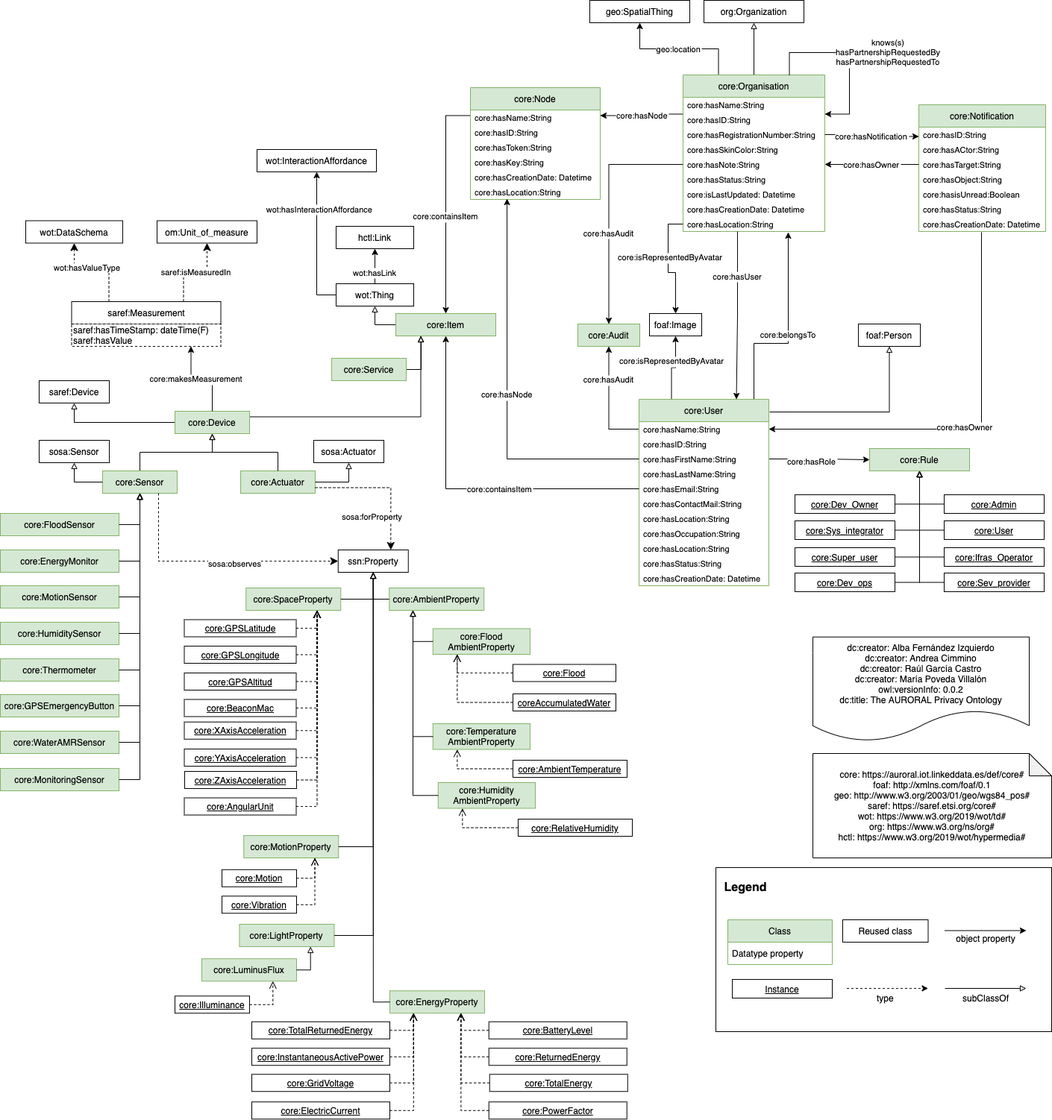
Earlier version of the draw.io export diagrams/auroral-core.png (oeg-upm/auroral-core-ontology). Source tidied: cells renumbered, new cells last; positions are measured from the earlier drawing's top-left corner, leaving out a move shared by most shapes.
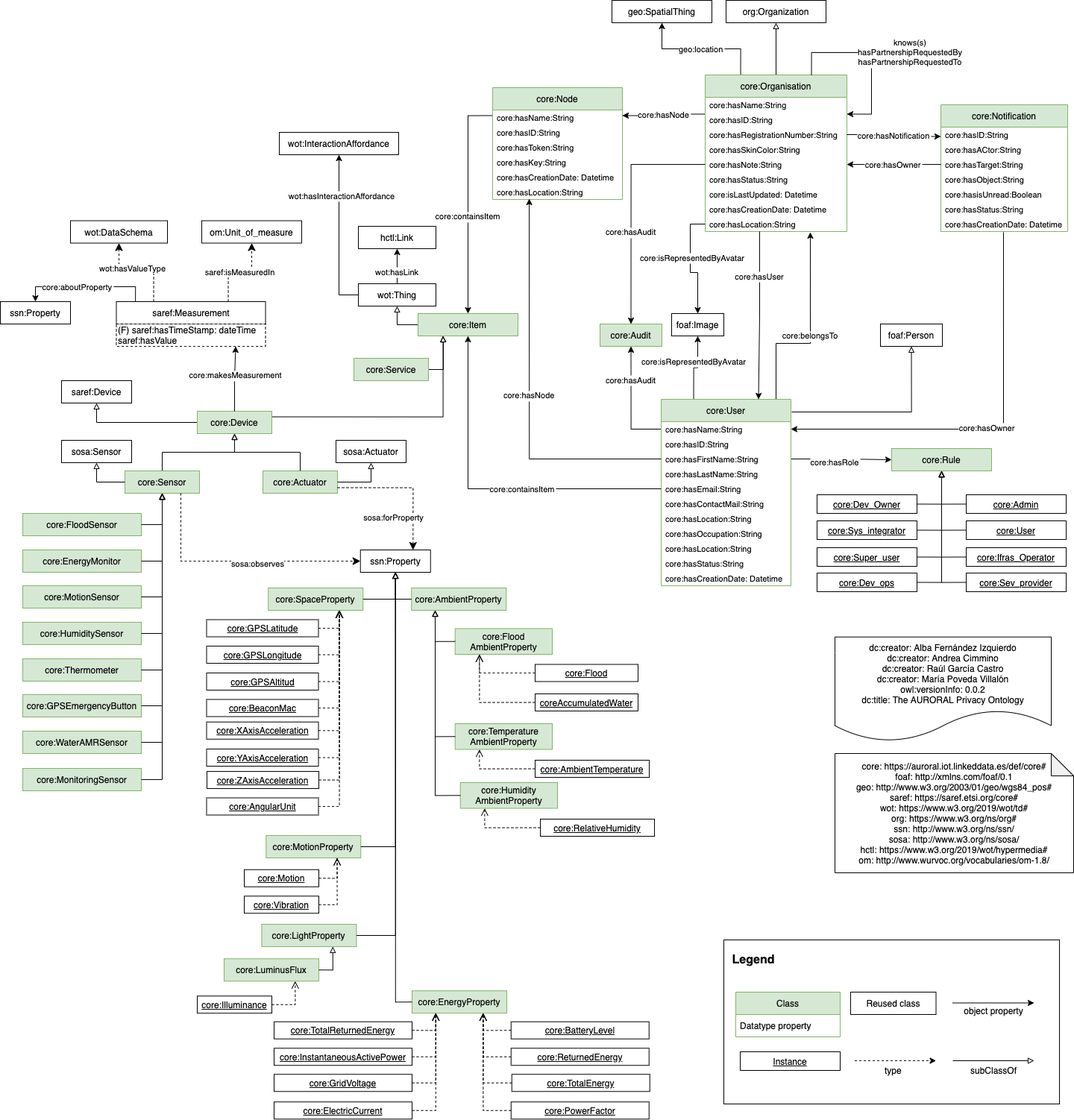
Above is the later version.

Commit message:
added core:aboutProperty fix: #6

addes property between measurment and property

Diff of the diagram source:
```diff
@@ -17,8 +17,8 @@
     <mxCell id="4" value="dc:creator: Alba Fernández Izquierdo&#10;dc:creator: Andrea Cimmino&#10;dc:creator: Raúl García Castro&#10;dc:creator: María Poveda Villalón&#10;owl:versionInfo: 0.0.2&#10;dc:title: The AURORAL Privacy Ontology" style="shape=document;boundedLbl=1;" parent="1" vertex="1">
       <mxGeometry x="1089" y="853.8" width="290" height="140" as="geometry" />
     </mxCell>
-    <mxCell id="5" value="core: https://auroral.iot.linkeddata.es/def/core#&#10;foaf: http://xmlns.com/foaf/0.1&#10;geo: http://www.w3.org/2003/01/geo/wgs84_pos#&#10;saref: https://saref.etsi.org/core#&#10;wot: https://www.w3.org/2019/wot/td#&#10;org: https://www.w3.org/ns/org#&#10;hctl: https://www.w3.org/2019/wot/hypermedia#" style="shape=note;backgroundOutline=1;darkOpacity=0.05;" parent="1" vertex="1">
-      <mxGeometry x="1089" y="1010" width="320" height="140" as="geometry" />
+    <mxCell id="5" value="core: https://auroral.iot.linkeddata.es/def/core#&#10;foaf: http://xmlns.com/foaf/0.1&#10;geo: http://www.w3.org/2003/01/geo/wgs84_pos#&#10;saref: https://saref.etsi.org/core#&#10;wot: https://www.w3.org/2019/wot/td#&#10;org: https://www.w3.org/ns/org#&#10;ssn: http://www.w3.org/ns/ssn/&#10;sosa: http://www.w3.org/ns/sosa/&#10;hctl: https://www.w3.org/2019/wot/hypermedia#&#10;om: http://www.wurvoc.org/vocabularies/om-1.8/" style="shape=note;backgroundOutline=1;darkOpacity=0.05;" parent="1" vertex="1">
+      <mxGeometry x="1089" y="1010" width="320" height="160" as="geometry" />
     </mxCell>
     <mxCell id="6" style="edgeStyle=orthogonalEdgeStyle;rounded=0;jettySize=auto;html=1;exitX=0.5;exitY=0;exitDx=0;exitDy=0;endArrow=block;endFill=0;" parent="1" edge="1" source="9" target="46">
       <mxGeometry relative="1" as="geometry" />
@@ -192,7 +192,7 @@
       <mxGeometry x="450" y="303" width="104" height="30" as="geometry" />
     </mxCell>
     <mxCell id="59" value="wot:InteractionAffordance" style="rounded=0;whiteSpace=wrap;html=1;" parent="1" vertex="1">
-      <mxGeometry x="344" y="200" width="160" height="30" as="geometry" />
+      <mxGeometry x="344" y="177" width="160" height="30" as="geometry" />
     </mxCell>
     <mxCell id="60" value="saref:Device" style="rounded=0;whiteSpace=wrap;html=1;" parent="1" vertex="1">
       <mxGeometry x="52" y="510" width="94" height="30" as="geometry" />
@@ -316,58 +316,58 @@
       <mxGeometry relative="1" as="geometry" />
     </mxCell>
     <mxCell id="97" style="rounded=0;whiteSpace=wrap;html=1;" parent="1" vertex="1">
-      <mxGeometry x="959" y="1163" width="450" height="220" as="geometry" />
+      <mxGeometry x="940" y="1260" width="450" height="220" as="geometry" />
     </mxCell>
     <mxCell id="98" value="Legend" style="text;strokeColor=none;fillColor=none;align=center;verticalAlign=middle;rounded=0;fontStyle=1;fontSize=16;" parent="1" vertex="1">
-      <mxGeometry x="969" y="1173" width="60" height="30" as="geometry" />
+      <mxGeometry x="950" y="1270" width="60" height="30" as="geometry" />
     </mxCell>
     <mxCell id="99" value="Class" style="swimlane;fontStyle=0;horizontal=1;startSize=30;fillColor=#d5e8d4;strokeColor=#82b366;" parent="1" vertex="1">
-      <mxGeometry x="975" y="1233" width="140" height="60" as="geometry" />
+      <mxGeometry x="956" y="1330" width="140" height="60" as="geometry" />
     </mxCell>
     <mxCell id="100" value="Datatype property" style="text;strokeColor=none;fillColor=none;align=left;verticalAlign=middle;spacingLeft=4;spacingRight=4;overflow=hidden;" parent="99" vertex="1">
       <mxGeometry y="30" width="140" height="30" as="geometry" />
     </mxCell>
     <mxCell id="101" value="&lt;u&gt;Instance&lt;/u&gt;" style="rounded=0;whiteSpace=wrap;html=1;" parent="1" vertex="1">
-      <mxGeometry x="981" y="1313" width="134" height="25" as="geometry" />
+      <mxGeometry x="962" y="1410" width="134" height="25" as="geometry" />
     </mxCell>
     <mxCell id="102" value="Reused class" style="rounded=0;whiteSpace=wrap;html=1;" parent="1" vertex="1">
-      <mxGeometry x="1129" y="1233" width="114.5" height="30" as="geometry" />
+      <mxGeometry x="1110" y="1330" width="114.5" height="30" as="geometry" />
     </mxCell>
     <mxCell id="103" style="edgeStyle=orthogonalEdgeStyle;rounded=0;orthogonalLoop=1;jettySize=auto;html=1;endArrow=classic;endFill=1;dashed=1;" parent="1" edge="1">
       <mxGeometry relative="1" as="geometry">
-        <mxPoint x="1134.5" y="1325" as="sourcePoint" />
-        <mxPoint x="1243.5" y="1325" as="targetPoint" />
+        <mxPoint x="1115.5" y="1422" as="sourcePoint" />
+        <mxPoint x="1224.5" y="1422" as="targetPoint" />
         <Array as="points">
-          <mxPoint x="1134.5" y="1325" />
+          <mxPoint x="1115.5" y="1422" />
         </Array>
       </mxGeometry>
     </mxCell>
     <mxCell id="104" style="edgeStyle=orthogonalEdgeStyle;rounded=0;orthogonalLoop=1;jettySize=auto;html=1;endArrow=classic;endFill=1;" parent="1" edge="1">
       <mxGeometry relative="1" as="geometry">
-        <mxPoint x="1266" y="1247.5" as="sourcePoint" />
-        <mxPoint x="1375" y="1247.5" as="targetPoint" />
+        <mxPoint x="1247" y="1344.5" as="sourcePoint" />
+        <mxPoint x="1356" y="1344.5" as="targetPoint" />
         <Array as="points">
-          <mxPoint x="1266" y="1247.5" />
+          <mxPoint x="1247" y="1344.5" />
         </Array>
       </mxGeometry>
     </mxCell>
     <mxCell id="105" style="edgeStyle=orthogonalEdgeStyle;rounded=0;orthogonalLoop=1;jettySize=auto;html=1;endArrow=block;endFill=0;" parent="1" edge="1">
       <mxGeometry relative="1" as="geometry">
-        <mxPoint x="1266" y="1325" as="sourcePoint" />
-        <mxPoint x="1375" y="1325" as="targetPoint" />
+        <mxPoint x="1247" y="1422" as="sourcePoint" />
+        <mxPoint x="1356" y="1422" as="targetPoint" />
         <Array as="points">
-          <mxPoint x="1266" y="1325" />
+          <mxPoint x="1247" y="1422" />
         </Array>
       </mxGeometry>
     </mxCell>
     <mxCell id="106" value="type" style="text;strokeColor=none;fillColor=none;align=center;verticalAlign=middle;rounded=0;" parent="1" vertex="1">
-      <mxGeometry x="1156.2" y="1323" width="60" height="30" as="geometry" />
+      <mxGeometry x="1137.2" y="1420" width="60" height="30" as="geometry" />
     </mxCell>
     <mxCell id="107" value="object property" style="text;strokeColor=none;fillColor=none;align=center;verticalAlign=middle;rounded=0;" parent="1" vertex="1">
-      <mxGeometry x="1266" y="1243" width="110" height="30" as="geometry" />
+      <mxGeometry x="1247" y="1340" width="110" height="30" as="geometry" />
     </mxCell>
     <mxCell id="108" value="subClassOf" style="text;strokeColor=none;fillColor=none;align=center;verticalAlign=middle;rounded=0;" parent="1" vertex="1">
-      <mxGeometry x="1266" y="1323" width="110" height="30" as="geometry" />
+      <mxGeometry x="1247" y="1420" width="110" height="30" as="geometry" />
     </mxCell>
     <mxCell id="109" style="edgeStyle=orthogonalEdgeStyle;rounded=0;jettySize=auto;html=1;exitX=0.5;exitY=0;exitDx=0;exitDy=0;fontSize=11;endArrow=block;endFill=0;entryX=0.5;entryY=1;entryDx=0;entryDy=0;" parent="1" edge="1" source="110" target="63">
       <mxGeometry relative="1" as="geometry" />
@@ -476,10 +476,10 @@
       <mxGeometry relative="1" as="geometry" />
     </mxCell>
     <mxCell id="143" value="om:Unit_of_measure" style="rounded=0;whiteSpace=wrap;html=1;" parent="1" vertex="1">
-      <mxGeometry x="210" y="295.5" width="134" height="30" as="geometry" />
+      <mxGeometry x="240" y="295.5" width="134" height="30" as="geometry" />
     </mxCell>
     <mxCell id="144" value="saref:Measurement" style="rounded=0;whiteSpace=wrap;html=1;" parent="1" vertex="1">
-      <mxGeometry x="95.5" y="404" width="200" height="30" as="geometry" />
+      <mxGeometry x="125.5" y="404" width="200" height="30" as="geometry" />
     </mxCell>
     <mxCell id="145" style="endArrow=classic;html=1;endSize=8;dashed=1;arcSize=0;edgeStyle=orthogonalEdgeStyle;exitX=0.75;exitY=0;exitDx=0;exitDy=0;entryX=0.5;entryY=1;entryDx=0;entryDy=0;" parent="1" edge="1" source="144" target="143">
       <mxGeometry relative="1" as="geometry" />
@@ -489,11 +489,11 @@
         <mxPoint x="10" y="-2" as="offset" />
       </mxGeometry>
     </mxCell>
-    <mxCell id="147" value="saref:hasTimeStamp: dateTime(F)&lt;br&gt;saref:hasValue" style="rounded=0;whiteSpace=wrap;html=1;snapToPoint=1;points=[[0.1,0],[0.2,0],[0.3,0],[0.4,0],[0.5,0],[0.6,0],[0.7,0],[0.8,0],[0.9,0],[0,0.1],[0,0.3],[0,0.5],[0,0.7],[0,0.9],[0.1,1],[0.2,1],[0.3,1],[0.4,1],[0.5,1],[0.6,1],[0.7,1],[0.8,1],[0.9,1],[1,0.1],[1,0.3],[1,0.5],[1,0.7],[1,0.9]];dashed=1;align=left;" parent="1" vertex="1">
-      <mxGeometry x="95.5" y="434" width="200" height="30" as="geometry" />
+    <mxCell id="147" value="(F) saref:hasTimeStamp: dateTime&lt;br&gt;saref:hasValue" style="rounded=0;whiteSpace=wrap;html=1;snapToPoint=1;points=[[0.1,0],[0.2,0],[0.3,0],[0.4,0],[0.5,0],[0.6,0],[0.7,0],[0.8,0],[0.9,0],[0,0.1],[0,0.3],[0,0.5],[0,0.7],[0,0.9],[0.1,1],[0.2,1],[0.3,1],[0.4,1],[0.5,1],[0.6,1],[0.7,1],[0.8,1],[0.9,1],[1,0.1],[1,0.3],[1,0.5],[1,0.7],[1,0.9]];dashed=1;align=left;" parent="1" vertex="1">
+      <mxGeometry x="125.5" y="434" width="200" height="30" as="geometry" />
     </mxCell>
     <mxCell id="148" value="wot:DataSchema" style="rounded=0;whiteSpace=wrap;html=1;" parent="1" vertex="1">
-      <mxGeometry x="34" y="295.5" width="130" height="30" as="geometry" />
+      <mxGeometry x="64" y="295.5" width="130" height="30" as="geometry" />
     </mxCell>
     <mxCell id="149" style="endArrow=classic;html=1;endSize=8;dashed=1;arcSize=0;edgeStyle=orthogonalEdgeStyle;exitX=0.25;exitY=0;exitDx=0;exitDy=0;" parent="1" edge="1" source="144" target="148">
       <mxGeometry relative="1" as="geometry" />
@@ -683,5 +683,11 @@
     <mxCell id="210" value="&lt;u&gt;core:AngularUnit&lt;/u&gt;" style="rounded=0;whiteSpace=wrap;html=1;snapToPoint=1;points=[[0.1,0],[0.2,0],[0.3,0],[0.4,0],[0.5,0],[0.6,0],[0.7,0],[0.8,0],[0.9,0],[0,0.1],[0,0.3],[0,0.5],[0,0.7],[0,0.9],[0.1,1],[0.2,1],[0.3,1],[0.4,1],[0.5,1],[0.6,1],[0.7,1],[0.8,1],[0.9,1],[1,0.1],[1,0.3],[1,0.5],[1,0.7],[1,0.9]];" parent="1" vertex="1">
       <mxGeometry x="246.5" y="1069.5" width="150" height="23" as="geometry" />
     </mxCell>
+    <mxCell id="211" value="ssn:Property" style="rounded=0;whiteSpace=wrap;html=1;" parent="1" vertex="1">
+      <mxGeometry x="-30" y="404" width="94" height="30" as="geometry" />
+    </mxCell>
+    <mxCell id="212" value="core:aboutProperty" style="edgeStyle=orthogonalEdgeStyle;rounded=0;jettySize=auto;exitX=0.128;exitY=0;exitDx=0;exitDy=0;entryX=0.5;entryY=0;entryDx=0;entryDy=0;fontSize=11;endArrow=classic;endFill=1;exitPerimeter=0;" parent="1" edge="1" source="144" target="211">
+      <mxGeometry x="0.13" relative="1" as="geometry" />
+    </mxCell>
   </root>
 </mxGraphModel>
```
